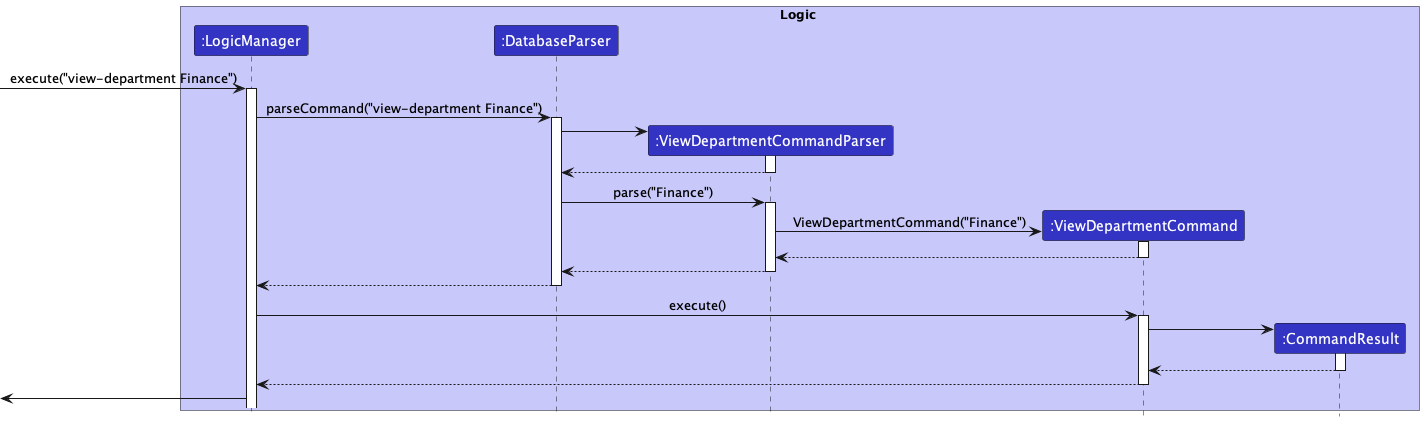
Earlier version of the PlantUML export docs/images/diagrams/ViewDepartmentCommandSequenceDiagram.png (nus-cs2103-AY2223S1/tp). Its diagram source:
```plantuml
@startuml

!include style.puml

box Logic LOGIC_COLOR_T1
participant ":LogicManager" as LogicManager LOGIC_COLOR
participant ":DatabaseParser" as DatabaseParser LOGIC_COLOR
participant ":ViewDepartmentCommandParser" as ViewDepartmentCommandParser LOGIC_COLOR
participant ":ViewDepartmentCommand" as ViewDepartmentCommand LOGIC_COLOR
participant ":CommandResult" as CommandResult LOGIC_COLOR
end box


[-> LogicManager: execute("view-department Finance")
activate LogicManager

LogicManager -> DatabaseParser : parseCommand("view-department Finance")
activate DatabaseParser

create ViewDepartmentCommandParser
DatabaseParser->ViewDepartmentCommandParser
activate ViewDepartmentCommandParser

ViewDepartmentCommandParser --> DatabaseParser
deactivate ViewDepartmentCommandParser

DatabaseParser -> ViewDepartmentCommandParser : parse("Finance")
activate ViewDepartmentCommandParser

create ViewDepartmentCommand
ViewDepartmentCommandParser -> ViewDepartmentCommand : ViewDepartmentCommand("Finance")
activate ViewDepartmentCommand


ViewDepartmentCommand --> ViewDepartmentCommandParser
deactivate ViewDepartmentCommand

ViewDepartmentCommandParser --> DatabaseParser
deactivate ViewDepartmentCommandParser

DatabaseParser --> LogicManager
deactivate DatabaseParser

LogicManager -> ViewDepartmentCommand : execute()
activate ViewDepartmentCommand

create CommandResult
ViewDepartmentCommand -> CommandResult
activate CommandResult

CommandResult --> ViewDepartmentCommand
deactivate CommandResult

ViewDepartmentCommand --> LogicManager
deactivate ViewDepartmentCommand

LogicManager ->[

@enduml
```
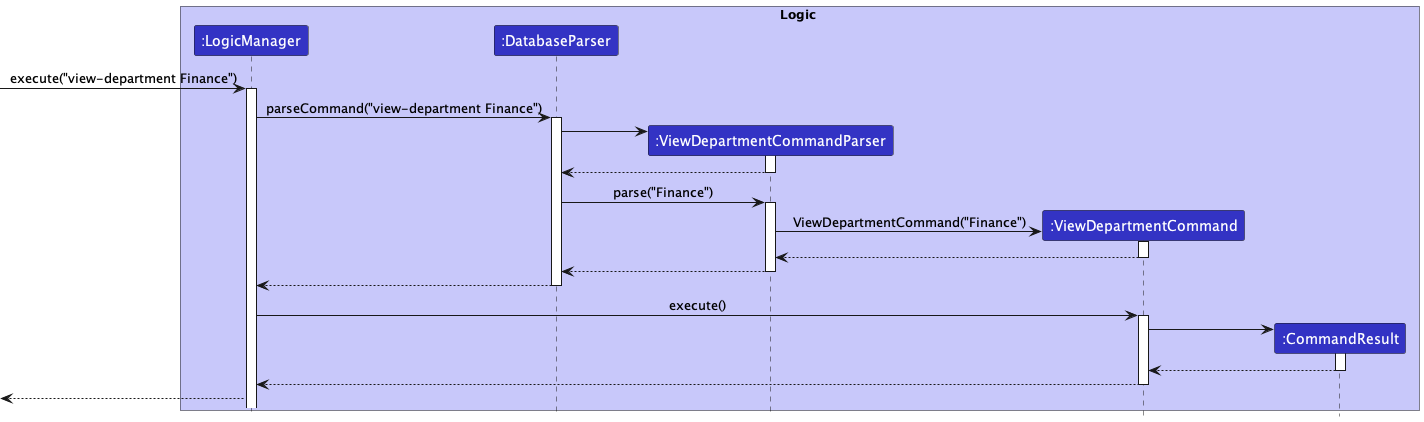
After the change.

Change to the diagram source:
```diff
@@ -54,6 +54,6 @@
 ViewDepartmentCommand --> LogicManager
 deactivate ViewDepartmentCommand
 
-LogicManager ->[
+LogicManager -->[
 
 @enduml
```
